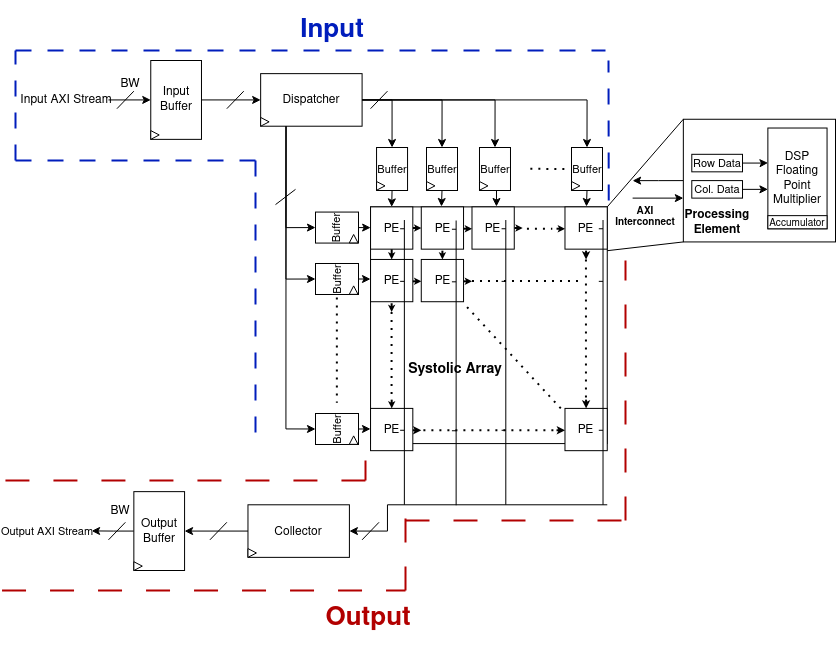
The draw.io diagram diagrams/sys_array_labeled.png in hassan-alawi/FlexArray, before a commit. Source tidied: cells renumbered, new cells last; positions are measured from the earlier drawing's top-left corner, leaving out a move shared by most shapes.
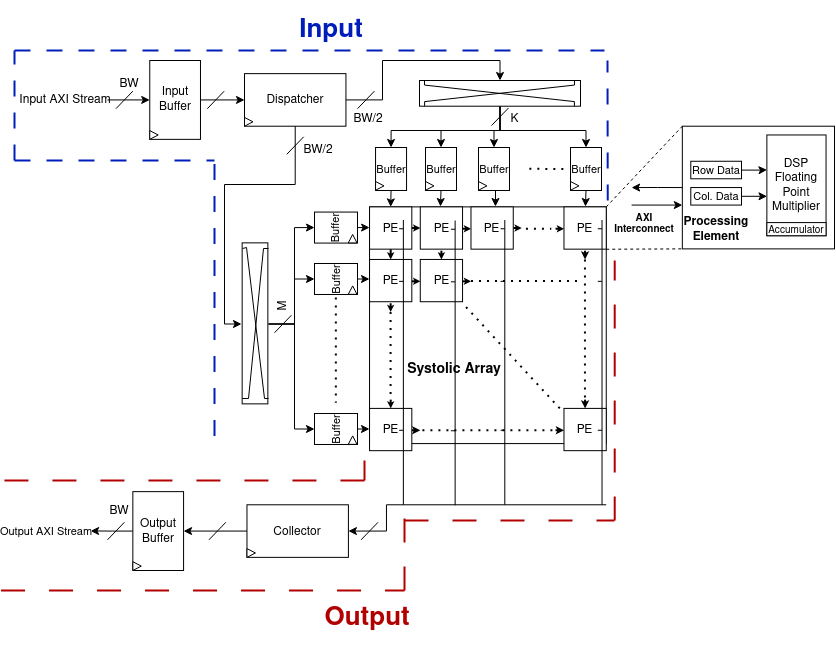
The same diagram one commit later.

Commit message:
added crossbar to diagrams

What changed in the source:
```diff
@@ -41,7 +41,7 @@
       <mxGeometry y="70.1" width="8.5" height="8.8" as="geometry" />
     </mxCell>
     <mxCell id="11" style="group;" parent="1" vertex="1">
-      <mxGeometry x="258.2" y="63.1" width="101.4" height="52.6" as="geometry" />
+      <mxGeometry x="243" y="63.1" width="101.4" height="52.6" as="geometry" />
     </mxCell>
     <mxCell id="12" value="Dispatcher" style="rounded=0;whiteSpace=wrap;html=1;" parent="11" vertex="1">
       <mxGeometry width="101.4" height="52.6" as="geometry" />
@@ -60,8 +60,8 @@
     </mxCell>
     <mxCell id="16" style="endArrow=none;html=1;rounded=0;" parent="1" edge="1">
       <mxGeometry relative="1" as="geometry">
-        <mxPoint x="224.3" y="98.2" as="sourcePoint" />
-        <mxPoint x="241.2" y="80.7" as="targetPoint" />
+        <mxPoint x="205.8" y="98.2" as="sourcePoint" />
+        <mxPoint x="222.7" y="80.7" as="targetPoint" />
       </mxGeometry>
     </mxCell>
     <mxCell id="17" style="group;" parent="1" vertex="1">
@@ -301,33 +301,12 @@
     <mxCell id="64" value="&lt;h3&gt;&lt;b&gt;Systolic Array&lt;/b&gt;&lt;/h3&gt;" style="text;html=1;align=center;verticalAlign=middle;strokeColor=none;fillColor=none;" parent="17" vertex="1">
       <mxGeometry x="23.7" y="131.4" width="120" height="60" as="geometry" />
     </mxCell>
-    <mxCell id="65" style="edgeStyle=orthogonalEdgeStyle;rounded=0;jettySize=auto;html=1;exitX=1;exitY=0.5;exitDx=0;exitDy=0;entryX=0;entryY=0.5;entryDx=0;entryDy=0;" parent="1" edge="1" source="12" target="133">
-      <mxGeometry relative="1" as="geometry" />
-    </mxCell>
-    <mxCell id="66" style="edgeStyle=orthogonalEdgeStyle;rounded=0;jettySize=auto;html=1;entryX=0;entryY=0.5;entryDx=0;entryDy=0;exitX=1;exitY=0.5;exitDx=0;exitDy=0;" parent="1" edge="1" source="12" target="123">
-      <mxGeometry relative="1" as="geometry" />
-    </mxCell>
-    <mxCell id="67" style="edgeStyle=orthogonalEdgeStyle;rounded=0;jettySize=auto;html=1;exitX=1;exitY=0.5;exitDx=0;exitDy=0;entryX=0;entryY=0.5;entryDx=0;entryDy=0;" parent="1" edge="1" source="12" target="128">
-      <mxGeometry relative="1" as="geometry" />
-    </mxCell>
-    <mxCell id="68" style="edgeStyle=orthogonalEdgeStyle;rounded=0;jettySize=auto;html=1;exitX=1;exitY=0.5;exitDx=0;exitDy=0;entryX=0;entryY=0.5;entryDx=0;entryDy=0;" parent="1" edge="1" source="12" target="138">
-      <mxGeometry relative="1" as="geometry" />
-    </mxCell>
     <mxCell id="69" style="endArrow=none;dashed=1;html=1;dashPattern=1 3;strokeWidth=2;rounded=0;" parent="1" edge="1">
       <mxGeometry relative="1" as="geometry">
         <mxPoint x="527.8" y="158.3" as="sourcePoint" />
         <mxPoint x="563" y="158.5" as="targetPoint" />
       </mxGeometry>
     </mxCell>
-    <mxCell id="70" style="edgeStyle=orthogonalEdgeStyle;rounded=0;jettySize=auto;html=1;exitX=0.25;exitY=1;exitDx=0;exitDy=0;entryX=0;entryY=0.5;entryDx=0;entryDy=0;" parent="1" edge="1" source="12" target="108">
-      <mxGeometry relative="1" as="geometry" />
-    </mxCell>
-    <mxCell id="71" style="edgeStyle=orthogonalEdgeStyle;rounded=0;jettySize=auto;html=1;exitX=0.25;exitY=1;exitDx=0;exitDy=0;entryX=0;entryY=0.5;entryDx=0;entryDy=0;" parent="1" edge="1" source="12" target="113">
-      <mxGeometry relative="1" as="geometry" />
-    </mxCell>
-    <mxCell id="72" style="edgeStyle=orthogonalEdgeStyle;rounded=0;jettySize=auto;html=1;exitX=0.25;exitY=1;exitDx=0;exitDy=0;entryX=0;entryY=0.5;entryDx=0;entryDy=0;" parent="1" edge="1" source="12" target="118">
-      <mxGeometry relative="1" as="geometry" />
-    </mxCell>
     <mxCell id="73" style="endArrow=none;dashed=1;html=1;dashPattern=1 3;strokeWidth=2;rounded=0;" parent="1" edge="1">
       <mxGeometry relative="1" as="geometry">
         <mxPoint x="334.4" y="287" as="sourcePoint" />
@@ -343,18 +322,6 @@
     <mxCell id="76" style="triangle;whiteSpace=wrap;html=1;" parent="74" vertex="1">
       <mxGeometry y="43.8" width="8.5" height="8.8" as="geometry" />
     </mxCell>
-    <mxCell id="77" style="endArrow=none;html=1;rounded=0;" parent="1" edge="1">
-      <mxGeometry relative="1" as="geometry">
-        <mxPoint x="368.1" y="98.2" as="sourcePoint" />
-        <mxPoint x="385" y="80.7" as="targetPoint" />
-      </mxGeometry>
-    </mxCell>
-    <mxCell id="78" style="endArrow=none;html=1;rounded=0;" parent="1" edge="1">
-      <mxGeometry relative="1" as="geometry">
-        <mxPoint x="273" y="194.1" as="sourcePoint" />
-        <mxPoint x="293" y="178.9" as="targetPoint" />
-      </mxGeometry>
-    </mxCell>
     <mxCell id="79" style="group;" parent="1" vertex="1">
       <mxGeometry x="131.4" y="481.1" width="50.7" height="78.9" as="geometry" />
     </mxCell>
@@ -430,35 +397,33 @@
     <mxCell id="93" value="&lt;h2&gt;&lt;font style=&quot;font-size: 26px;&quot;&gt;&lt;span style=&quot;color: light-dark(rgb(0, 29, 188), rgb(237, 237, 237));&quot;&gt;Input&lt;/span&gt;&lt;/font&gt;&lt;/h2&gt;" style="text;html=1;align=center;verticalAlign=middle;whiteSpace=wrap;rounded=0;" parent="1" vertex="1">
       <mxGeometry x="205.8" width="246.8" height="40" as="geometry" />
     </mxCell>
-    <mxCell id="94" style="endArrow=none;html=1;rounded=0;entryX=0;entryY=0;entryDx=0;entryDy=0;" parent="1" edge="1" target="97">
+    <mxCell id="94" style="endArrow=none;html=1;rounded=0;entryX=0;entryY=0;entryDx=0;entryDy=0;dashed=1;" parent="1" edge="1" target="97">
       <mxGeometry relative="1" as="geometry">
         <mxPoint x="604.8" y="196.4" as="sourcePoint" />
       </mxGeometry>
     </mxCell>
-    <mxCell id="95" style="endArrow=none;html=1;rounded=0;entryX=0;entryY=1;entryDx=0;entryDy=0;" parent="1" edge="1" target="97">
-      <mxGeometry relative="1" as="geometry">
-        <mxPoint x="604.8" y="240.2" as="sourcePoint" />
-      </mxGeometry>
+    <mxCell id="95" style="endArrow=none;html=1;rounded=0;entryX=0;entryY=1;entryDx=0;entryDy=0;dashed=1;exitX=1;exitY=0.179;exitDx=0;exitDy=0;exitPerimeter=0;" parent="1" edge="1" source="18" target="97">
+      <mxGeometry relative="1" as="geometry" />
     </mxCell>
     <mxCell id="96" style="edgeStyle=orthogonalEdgeStyle;rounded=0;jettySize=auto;html=1;exitX=0;exitY=0.5;exitDx=0;exitDy=0;" parent="1" edge="1" source="97">
       <mxGeometry relative="1" as="geometry">
-        <mxPoint x="630.1" y="170.1" as="targetPoint" />
+        <mxPoint x="630.1" y="177.1" as="targetPoint" />
       </mxGeometry>
     </mxCell>
     <mxCell id="97" style="rounded=0;whiteSpace=wrap;html=1;" parent="1" vertex="1">
-      <mxGeometry x="680.8" y="108.8" width="152.2" height="122.7" as="geometry" />
+      <mxGeometry x="680.8" y="115.7" width="152.2" height="122.7" as="geometry" />
     </mxCell>
     <mxCell id="98" value="&lt;font style=&quot;font-size: 11px;&quot;&gt;Row Data&lt;/font&gt;" style="rounded=0;whiteSpace=wrap;html=1;" parent="1" vertex="1">
-      <mxGeometry x="689.3" y="143.8" width="50.7" height="17.5" as="geometry" />
+      <mxGeometry x="689.3" y="150.8" width="50.7" height="17.5" as="geometry" />
     </mxCell>
     <mxCell id="99" value="&lt;font style=&quot;font-size: 11px;&quot;&gt;Col. Data&lt;/font&gt;" style="rounded=0;whiteSpace=wrap;html=1;" parent="1" vertex="1">
-      <mxGeometry x="689.3" y="170.1" width="50.7" height="17.5" as="geometry" />
+      <mxGeometry x="689.3" y="177" width="50.7" height="17.5" as="geometry" />
     </mxCell>
     <mxCell id="100" value="DSP Floating Point Multiplier" style="rounded=0;whiteSpace=wrap;html=1;" parent="1" vertex="1">
-      <mxGeometry x="765.4" y="117.5" width="59.2" height="100.8" as="geometry" />
+      <mxGeometry x="765.4" y="124.5" width="59.2" height="100.8" as="geometry" />
     </mxCell>
     <mxCell id="101" value="&lt;font style=&quot;font-size: 10px;&quot;&gt;Accumulator&lt;/font&gt;" style="rounded=0;whiteSpace=wrap;html=1;" parent="1" vertex="1">
-      <mxGeometry x="765.4" y="205.1" width="59.2" height="13.1" as="geometry" />
+      <mxGeometry x="765.4" y="212.1" width="59.2" height="13.1" as="geometry" />
     </mxCell>
     <mxCell id="102" style="edgeStyle=orthogonalEdgeStyle;rounded=0;jettySize=auto;html=1;entryX=0.002;entryY=0.346;entryDx=0;entryDy=0;entryPerimeter=0;" parent="1" edge="1" source="98" target="100">
       <mxGeometry relative="1" as="geometry" />
@@ -467,15 +432,15 @@
       <mxGeometry relative="1" as="geometry" />
     </mxCell>
     <mxCell id="104" value="&lt;h4&gt;Processing Element&lt;/h4&gt;" style="text;html=1;align=center;verticalAlign=middle;whiteSpace=wrap;rounded=0;" parent="1" vertex="1">
-      <mxGeometry x="689.3" y="198.6" width="50.7" height="26.3" as="geometry" />
+      <mxGeometry x="689.3" y="205.5" width="50.7" height="26.3" as="geometry" />
     </mxCell>
     <mxCell id="105" value="&lt;h5&gt;AXI Interconnect&lt;/h5&gt;" style="text;html=1;align=center;verticalAlign=middle;whiteSpace=wrap;rounded=0;" parent="1" vertex="1">
-      <mxGeometry x="613.2" y="194.6" width="59.2" height="23.7" as="geometry" />
+      <mxGeometry x="613.2" y="201.6" width="59.2" height="23.7" as="geometry" />
     </mxCell>
     <mxCell id="106" style="edgeStyle=orthogonalEdgeStyle;rounded=0;orthogonalLoop=1;jettySize=auto;html=1;exitX=0;exitY=0.5;exitDx=0;exitDy=0;startArrow=classic;startFill=1;endArrow=none;endFill=0;" parent="1" edge="1">
       <mxGeometry relative="1" as="geometry">
-        <mxPoint x="680.8" y="187.6" as="sourcePoint" />
-        <mxPoint x="630.1" y="187.6" as="targetPoint" />
+        <mxPoint x="680.8" y="194.6" as="sourcePoint" />
+        <mxPoint x="630.1" y="194.6" as="targetPoint" />
       </mxGeometry>
     </mxCell>
     <mxCell id="107" style="group;" parent="1" vertex="1">
@@ -608,13 +573,13 @@
     <mxCell id="144" style="endArrow=none;dashed=1;html=1;dashPattern=8 8;strokeWidth=2;rounded=0;fillColor=#0050ef;strokeColor=#001DBC;" parent="1" edge="1">
       <mxGeometry relative="1" as="geometry">
         <mxPoint x="13" y="150" as="sourcePoint" />
-        <mxPoint x="263" y="150" as="targetPoint" />
+        <mxPoint x="213" y="150" as="targetPoint" />
       </mxGeometry>
     </mxCell>
     <mxCell id="145" style="endArrow=none;dashed=1;html=1;dashPattern=8 8;strokeWidth=2;rounded=0;fillColor=#0050ef;strokeColor=#001DBC;" parent="1" edge="1">
       <mxGeometry relative="1" as="geometry">
-        <mxPoint x="253" y="150" as="sourcePoint" />
-        <mxPoint x="253" y="430" as="targetPoint" />
+        <mxPoint x="213" y="153.5" as="sourcePoint" />
+        <mxPoint x="213" y="433.5" as="targetPoint" />
       </mxGeometry>
     </mxCell>
     <mxCell id="146" style="endArrow=none;dashed=1;html=1;dashPattern=8 8;strokeWidth=2;rounded=0;fillColor=#0050ef;strokeColor=#001DBC;" parent="1" edge="1">
@@ -656,17 +621,248 @@
     <mxCell id="153" style="endArrow=none;dashed=1;html=1;dashPattern=12 12;strokeWidth=2;rounded=0;fillColor=#e51400;strokeColor=#B20000;" parent="1" edge="1">
       <mxGeometry relative="1" as="geometry">
         <mxPoint x="403" y="510" as="sourcePoint" />
-        <mxPoint x="633" y="510" as="targetPoint" />
+        <mxPoint x="613" y="510" as="targetPoint" />
       </mxGeometry>
     </mxCell>
     <mxCell id="154" style="endArrow=none;dashed=1;html=1;dashPattern=12 12;strokeWidth=2;rounded=0;fillColor=#e51400;strokeColor=#B20000;" parent="1" edge="1">
       <mxGeometry relative="1" as="geometry">
-        <mxPoint x="623" y="510" as="sourcePoint" />
-        <mxPoint x="623" y="250" as="targetPoint" />
+        <mxPoint x="613.2" y="510" as="sourcePoint" />
+        <mxPoint x="613.2" y="250" as="targetPoint" />
       </mxGeometry>
     </mxCell>
     <mxCell id="155" value="&lt;h1&gt;&lt;font style=&quot;font-size: 26px; color: rgb(178, 0, 0);&quot;&gt;Output&lt;/font&gt;&lt;/h1&gt;" style="text;whiteSpace=wrap;html=1;" parent="1" vertex="1">
       <mxGeometry x="321.1" y="570" width="90" height="80" as="geometry" />
     </mxCell>
+    <mxCell id="156" style="edgeStyle=orthogonalEdgeStyle;rounded=0;jettySize=auto;html=1;exitX=0.5;exitY=1;exitDx=0;exitDy=0;entryX=0;entryY=0.5;entryDx=0;entryDy=0;" parent="1" edge="1" source="173" target="123">
+      <mxGeometry relative="1" as="geometry">
+        <Array as="points">
+          <mxPoint x="499" y="120" />
+          <mxPoint x="390" y="120" />
+        </Array>
+      </mxGeometry>
+    </mxCell>
+    <mxCell id="157" style="edgeStyle=orthogonalEdgeStyle;rounded=0;jettySize=auto;html=1;exitX=0.5;exitY=1;exitDx=0;exitDy=0;entryX=0;entryY=0.5;entryDx=0;entryDy=0;" parent="1" edge="1" source="173" target="128">
+      <mxGeometry relative="1" as="geometry">
+        <Array as="points">
+          <mxPoint x="499" y="120" />
+          <mxPoint x="440" y="120" />
+        </Array>
+      </mxGeometry>
+    </mxCell>
+    <mxCell id="158" style="edgeStyle=orthogonalEdgeStyle;rounded=0;jettySize=auto;html=1;exitX=0.5;exitY=1;exitDx=0;exitDy=0;entryX=0;entryY=0.5;entryDx=0;entryDy=0;" parent="1" edge="1" source="173" target="133">
+      <mxGeometry relative="1" as="geometry">
+        <Array as="points">
+          <mxPoint x="499" y="120" />
+          <mxPoint x="493" y="120" />
+        </Array>
+      </mxGeometry>
+    </mxCell>
+    <mxCell id="159" style="edgeStyle=orthogonalEdgeStyle;rounded=0;jettySize=auto;html=1;exitX=0.5;exitY=1;exitDx=0;exitDy=0;entryX=0;entryY=0.5;entryDx=0;entryDy=0;" parent="1" edge="1" source="173" target="138">
+      <mxGeometry relative="1" as="geometry">
+        <Array as="points">
+          <mxPoint x="499" y="120" />
+          <mxPoint x="585" y="120" />
+        </Array>
+      </mxGeometry>
+    </mxCell>
+    <mxCell id="160" style="edgeStyle=orthogonalEdgeStyle;rounded=0;jettySize=auto;html=1;exitX=1;exitY=0.5;exitDx=0;exitDy=0;entryX=0.5;entryY=0;entryDx=0;entryDy=0;" parent="1" edge="1" source="12" target="173">
+      <mxGeometry relative="1" as="geometry">
+        <Array as="points">
+          <mxPoint x="381" y="89" />
+          <mxPoint x="381" y="50" />
+          <mxPoint x="499" y="50" />
+        </Array>
+      </mxGeometry>
+    </mxCell>
+    <mxCell id="161" style="endArrow=none;html=1;rounded=0;" parent="1" edge="1">
+      <mxGeometry relative="1" as="geometry">
+        <mxPoint x="356" y="98.2" as="sourcePoint" />
+        <mxPoint x="372.9" y="80.7" as="targetPoint" />
+      </mxGeometry>
+    </mxCell>
+    <mxCell id="162" value="BW/2" style="text;html=1;align=center;verticalAlign=middle;whiteSpace=wrap;rounded=0;" parent="1" vertex="1">
+      <mxGeometry x="352.6" y="97.5" width="27" height="20" as="geometry" />
+    </mxCell>
+    <mxCell id="163" style="edgeStyle=orthogonalEdgeStyle;rounded=0;jettySize=auto;html=1;exitX=0.5;exitY=1;exitDx=0;exitDy=0;entryX=0;entryY=0.5;entryDx=0;entryDy=0;" parent="1" edge="1" target="108">
+      <mxGeometry relative="1" as="geometry">
+        <mxPoint x="267" y="313.5" as="sourcePoint" />
+        <Array as="points">
+          <mxPoint x="293" y="314" />
+          <mxPoint x="293" y="217" />
+        </Array>
+      </mxGeometry>
+    </mxCell>
+    <mxCell id="164" style="edgeStyle=orthogonalEdgeStyle;rounded=0;jettySize=auto;html=1;exitX=0.5;exitY=1;exitDx=0;exitDy=0;entryX=0;entryY=0.5;entryDx=0;entryDy=0;" parent="1" edge="1" target="113">
+      <mxGeometry relative="1" as="geometry">
+        <mxPoint x="267" y="313.5" as="sourcePoint" />
+        <Array as="points">
+          <mxPoint x="293" y="314" />
+          <mxPoint x="293" y="269" />
+        </Array>
+      </mxGeometry>
+    </mxCell>
+    <mxCell id="165" style="edgeStyle=orthogonalEdgeStyle;rounded=0;jettySize=auto;html=1;exitX=0.5;exitY=1;exitDx=0;exitDy=0;entryX=0;entryY=0.5;entryDx=0;entryDy=0;" parent="1" edge="1" target="118">
+      <mxGeometry relative="1" as="geometry">
+        <mxPoint x="267" y="313.5" as="sourcePoint" />
+        <Array as="points">
+          <mxPoint x="293" y="314" />
+          <mxPoint x="293" y="419" />
+        </Array>
+      </mxGeometry>
+    </mxCell>
+    <mxCell id="166" style="edgeStyle=orthogonalEdgeStyle;rounded=0;jettySize=auto;html=1;exitX=0.5;exitY=1;exitDx=0;exitDy=0;entryX=0.5;entryY=0;entryDx=0;entryDy=0;" parent="1" edge="1" source="12">
+      <mxGeometry relative="1" as="geometry">
+        <mxPoint x="240" y="313.5" as="targetPoint" />
+        <Array as="points">
+          <mxPoint x="294" y="174" />
+          <mxPoint x="223" y="174" />
+          <mxPoint x="223" y="314" />
+        </Array>
+      </mxGeometry>
+    </mxCell>
+    <mxCell id="167" style="endArrow=none;html=1;rounded=0;" parent="1" edge="1">
+      <mxGeometry relative="1" as="geometry">
+        <mxPoint x="285.3" y="143.8" as="sourcePoint" />
+        <mxPoint x="302.2" y="126.3" as="targetPoint" />
+      </mxGeometry>
+    </mxCell>
+    <mxCell id="168" value="BW/2" style="text;html=1;align=center;verticalAlign=middle;whiteSpace=wrap;rounded=0;" parent="1" vertex="1">
+      <mxGeometry x="303" y="128.9" width="27" height="20" as="geometry" />
+    </mxCell>
+    <mxCell id="169" style="endArrow=none;html=1;rounded=0;" parent="1" edge="1">
+      <mxGeometry relative="1" as="geometry">
+        <mxPoint x="490.1" y="115" as="sourcePoint" />
+        <mxPoint x="507" y="97.5" as="targetPoint" />
+      </mxGeometry>
+    </mxCell>
+    <mxCell id="170" value="K" style="text;html=1;align=center;verticalAlign=middle;whiteSpace=wrap;rounded=0;" parent="1" vertex="1">
+      <mxGeometry x="503" y="101.3" width="20" height="12.5" as="geometry" />
+    </mxCell>
+    <mxCell id="171" style="endArrow=none;html=1;rounded=0;" parent="1" edge="1">
+      <mxGeometry relative="1" as="geometry">
+        <mxPoint x="273" y="322.3" as="sourcePoint" />
+        <mxPoint x="289.9" y="304.7" as="targetPoint" />
+      </mxGeometry>
+    </mxCell>
+    <mxCell id="172" value="M" style="text;html=1;align=center;verticalAlign=middle;whiteSpace=wrap;rounded=0;rotation=-90;" parent="1" vertex="1">
+      <mxGeometry x="273" y="290" width="17" height="10" as="geometry" />
+    </mxCell>
+    <mxCell id="173" style="rounded=0;whiteSpace=wrap;html=1;" parent="1" vertex="1">
+      <mxGeometry x="418" y="70" width="161" height="25.7" as="geometry" />
+    </mxCell>
+    <mxCell id="174" style="group;flipH=1;" parent="1" vertex="1">
+      <mxGeometry x="423" y="70" width="150" height="25.7" as="geometry" />
+    </mxCell>
+    <mxCell id="175" style="endArrow=none;html=1;rounded=0;exitX=0.055;exitY=1;exitDx=0;exitDy=0;exitPerimeter=0;" parent="174" edge="1">
+      <mxGeometry relative="1" as="geometry">
+        <mxPoint x="149.9" y="21.1" as="sourcePoint" />
+        <mxPoint x="149.9" y="25.7" as="targetPoint" />
+        <Array as="points">
+          <mxPoint x="149.9" y="25.7" />
+        </Array>
+      </mxGeometry>
+    </mxCell>
+    <mxCell id="176" style="endArrow=none;html=1;rounded=0;exitX=0.055;exitY=1;exitDx=0;exitDy=0;exitPerimeter=0;" parent="174" edge="1">
+      <mxGeometry relative="1" as="geometry">
+        <mxPoint as="sourcePoint" />
+        <mxPoint y="4.6" as="targetPoint" />
+        <Array as="points">
+          <mxPoint y="4.6" />
+        </Array>
+      </mxGeometry>
+    </mxCell>
+    <mxCell id="177" style="endArrow=none;html=1;rounded=0;" parent="174" edge="1">
+      <mxGeometry relative="1" as="geometry">
+        <mxPoint x="0.1" y="4.6" as="sourcePoint" />
+        <mxPoint x="150" y="21.1" as="targetPoint" />
+      </mxGeometry>
+    </mxCell>
+    <mxCell id="178" style="group;flipH=0;flipV=0;" parent="174" vertex="1">
+      <mxGeometry width="150" height="25.7" as="geometry" />
+    </mxCell>
+    <mxCell id="179" style="endArrow=none;html=1;rounded=0;exitX=0.055;exitY=1;exitDx=0;exitDy=0;exitPerimeter=0;" parent="178" edge="1">
+      <mxGeometry relative="1" as="geometry">
+        <mxPoint x="0.1" y="21.1" as="sourcePoint" />
+        <mxPoint x="0.1" y="25.7" as="targetPoint" />
+        <Array as="points">
+          <mxPoint x="0.1" y="25.7" />
+        </Array>
+      </mxGeometry>
+    </mxCell>
+    <mxCell id="180" style="endArrow=none;html=1;rounded=0;exitX=0.055;exitY=1;exitDx=0;exitDy=0;exitPerimeter=0;" parent="178" edge="1">
+      <mxGeometry relative="1" as="geometry">
+        <mxPoint x="150" as="sourcePoint" />
+        <mxPoint x="150" y="4.6" as="targetPoint" />
+        <Array as="points">
+          <mxPoint x="150" y="4.6" />
+        </Array>
+      </mxGeometry>
+    </mxCell>
+    <mxCell id="181" style="endArrow=none;html=1;rounded=0;" parent="178" edge="1">
+      <mxGeometry relative="1" as="geometry">
+        <mxPoint x="149.9" y="4.6" as="sourcePoint" />
+        <mxPoint y="21.1" as="targetPoint" />
+      </mxGeometry>
+    </mxCell>
+    <mxCell id="182" style="group;direction=east;rotation=90;" parent="1" vertex="1">
+      <mxGeometry x="173" y="300" width="161" height="25.7" as="geometry" />
+    </mxCell>
+    <mxCell id="183" style="rounded=0;whiteSpace=wrap;html=1;rotation=90;" parent="182" vertex="1">
+      <mxGeometry width="161" height="25.7" as="geometry" />
+    </mxCell>
+    <mxCell id="184" style="group;flipH=1;rotation=90;" parent="182" vertex="1">
+      <mxGeometry x="6" width="150" height="25.7" as="geometry" />
+    </mxCell>
+    <mxCell id="185" style="endArrow=none;html=1;rounded=0;exitX=0.055;exitY=1;exitDx=0;exitDy=0;exitPerimeter=0;" parent="184" edge="1">
+      <mxGeometry relative="1" as="geometry">
+        <mxPoint x="68" y="88" as="sourcePoint" />
+        <mxPoint x="62" y="88" as="targetPoint" />
+        <Array as="points">
+          <mxPoint x="62" y="88" />
+        </Array>
+      </mxGeometry>
+    </mxCell>
+    <mxCell id="186" style="endArrow=none;html=1;rounded=0;exitX=0.055;exitY=1;exitDx=0;exitDy=0;exitPerimeter=0;" parent="184" edge="1">
+      <mxGeometry relative="1" as="geometry">
+        <mxPoint x="88" y="-62" as="sourcePoint" />
+        <mxPoint x="83" y="-62" as="targetPoint" />
+        <Array as="points">
+          <mxPoint x="83" y="-62" />
+        </Array>
+      </mxGeometry>
+    </mxCell>
+    <mxCell id="187" style="endArrow=none;html=1;rounded=0;" parent="184" edge="1">
+      <mxGeometry relative="1" as="geometry">
+        <mxPoint x="83" y="-62" as="sourcePoint" />
+        <mxPoint x="68" y="88" as="targetPoint" />
+      </mxGeometry>
+    </mxCell>
+    <mxCell id="188" style="group;flipH=0;flipV=0;rotation=90;" parent="184" vertex="1">
+      <mxGeometry width="150" height="25.7" as="geometry" />
+    </mxCell>
+    <mxCell id="189" style="endArrow=none;html=1;rounded=0;exitX=0.055;exitY=1;exitDx=0;exitDy=0;exitPerimeter=0;" parent="188" edge="1">
+      <mxGeometry relative="1" as="geometry">
+        <mxPoint x="66" y="-63" as="sourcePoint" />
+        <mxPoint x="62" y="-62" as="targetPoint" />
+        <Array as="points">
+          <mxPoint x="62" y="-62" />
+        </Array>
+      </mxGeometry>
+    </mxCell>
+    <mxCell id="190" style="endArrow=none;html=1;rounded=0;exitX=0.055;exitY=1;exitDx=0;exitDy=0;exitPerimeter=0;" parent="188" edge="1">
+      <mxGeometry relative="1" as="geometry">
+        <mxPoint x="88" y="88" as="sourcePoint" />
+        <mxPoint x="84" y="88" as="targetPoint" />
+        <Array as="points">
+          <mxPoint x="84" y="88" />
+        </Array>
+      </mxGeometry>
+    </mxCell>
+    <mxCell id="191" style="endArrow=none;html=1;rounded=0;" parent="188" edge="1">
+      <mxGeometry relative="1" as="geometry">
+        <mxPoint x="84" y="88" as="sourcePoint" />
+        <mxPoint x="66" y="-63" as="targetPoint" />
+      </mxGeometry>
+    </mxCell>
   </root>
 </mxGraphModel>
```
